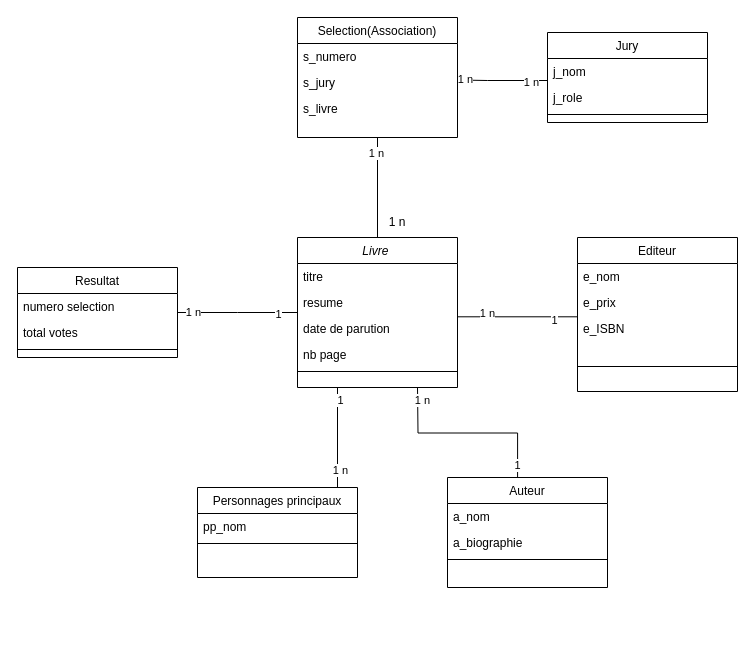
The draw.io diagram diagram_class_goncourt.drawio in tokysigogneau/goncourt, before the edit. Source tidied: cells renumbered, new cells numbered last; positions are measured from the earlier drawing's top-left corner, leaving out a move shared by most shapes. Both pictures are drawn from the tidied source at 100%, with x=0, y=0 at pixel (17, 17).
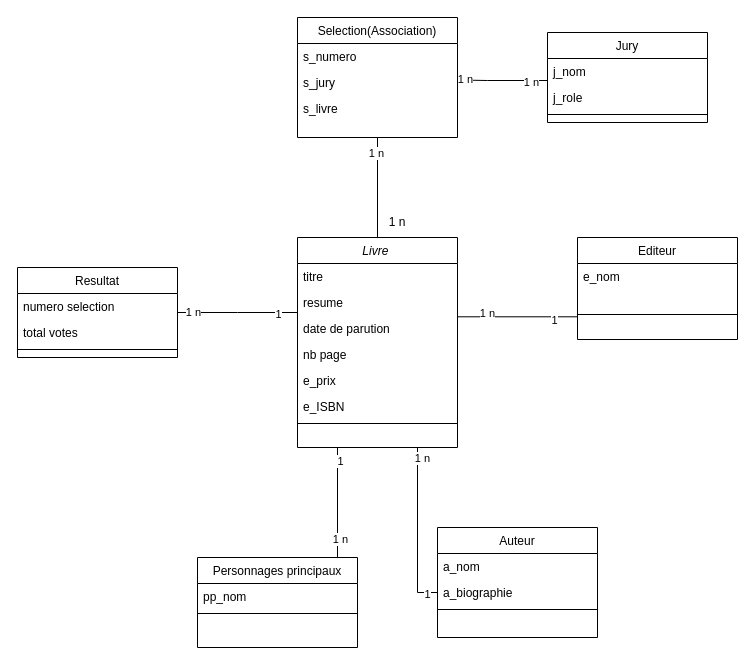
Above is the later version.

The change refers to these unchanged cells:
```xml
<mxCell id="13" value="a_biographie" style="text;align=left;verticalAlign=top;spacingLeft=4;spacingRight=4;overflow=hidden;points=[[0,0.5],[1,0.5]];portConstraint=eastwest;rounded=0;shadow=0;html=0;" parent="11" vertex="1">
  <mxGeometry y="52" width="160" height="26" as="geometry" />
</mxCell>
```

What changed in the source:
```diff
@@
     <mxCell id="2" value="Livre " style="swimlane;fontStyle=2;align=center;verticalAlign=top;horizontal=1;startSize=26;rounded=0;shadow=0;strokeWidth=1;" parent="1" vertex="1">
-      <mxGeometry x="280" y="220" width="160" height="150" as="geometry" />
+      <mxGeometry x="280" y="220" width="160" height="210" as="geometry" />
     </mxCell>
@@
+    <mxCell id="33" value="e_prix" style="text;align=left;verticalAlign=top;spacingLeft=4;spacingRight=4;overflow=hidden;rounded=0;shadow=0;html=0;" parent="2" vertex="1">
+      <mxGeometry y="130" width="160" height="26" as="geometry" />
+    </mxCell>
+    <mxCell id="34" value="e_ISBN" style="text;align=left;verticalAlign=top;spacingLeft=4;spacingRight=4;overflow=hidden;rounded=0;shadow=0;html=0;" parent="2" vertex="1">
+      <mxGeometry y="156" width="160" height="26" as="geometry" />
+    </mxCell>
     <mxCell id="7" style="line;html=1;strokeWidth=1;align=left;verticalAlign=middle;spacingTop=-1;spacingLeft=3;spacingRight=3;labelPosition=right;" parent="2" vertex="1">
-      <mxGeometry y="130" width="160" height="8" as="geometry" />
+      <mxGeometry y="182" width="160" height="8" as="geometry" />
     </mxCell>
-    <mxCell id="8" style="edgeStyle=orthogonalEdgeStyle;rounded=0;jettySize=auto;html=1;exitX=0.438;exitY=0;exitDx=0;exitDy=0;exitPerimeter=0;endArrow=none;endFill=0;" parent="1" edge="1" source="11">
+    <mxCell id="8" style="edgeStyle=orthogonalEdgeStyle;rounded=0;jettySize=auto;html=1;endArrow=none;endFill=0;" parent="1" edge="1" source="13">
       <mxGeometry relative="1" as="geometry">
-        <mxPoint x="400" y="370" as="targetPoint" />
+        <mxPoint x="400" y="430" as="targetPoint" />
       </mxGeometry>
     </mxCell>
@@
     <mxCell id="11" value="Auteur" style="swimlane;fontStyle=0;align=center;verticalAlign=top;horizontal=1;startSize=26;rounded=0;shadow=0;strokeWidth=1;" parent="1" vertex="1">
-      <mxGeometry x="430" y="460" width="160" height="110" as="geometry" />
+      <mxGeometry x="420" y="510" width="160" height="110" as="geometry" />
     </mxCell>
@@
     <mxCell id="15" style="edgeStyle=orthogonalEdgeStyle;rounded=0;jettySize=auto;html=1;exitX=0.875;exitY=0;exitDx=0;exitDy=0;exitPerimeter=0;endArrow=none;endFill=0;" parent="1" edge="1" source="18">
       <mxGeometry relative="1" as="geometry">
-        <mxPoint x="320" y="370" as="targetPoint" />
+        <mxPoint x="320" y="430" as="targetPoint" />
       </mxGeometry>
     </mxCell>
@@
     <mxCell id="18" value="Personnages principaux" style="swimlane;fontStyle=0;align=center;verticalAlign=top;horizontal=1;startSize=26;rounded=0;shadow=0;strokeWidth=1;" parent="1" vertex="1">
-      <mxGeometry x="180" y="470" width="160" height="90" as="geometry" />
+      <mxGeometry x="180" y="540" width="160" height="90" as="geometry" />
     </mxCell>
@@
     <mxCell id="31" value="Editeur" style="swimlane;fontStyle=0;align=center;verticalAlign=top;horizontal=1;startSize=26;rounded=0;shadow=0;strokeWidth=1;" parent="1" vertex="1">
-      <mxGeometry x="560" y="220" width="160" height="154" as="geometry" />
+      <mxGeometry x="560" y="220" width="160" height="102" as="geometry" />
     </mxCell>
@@
-    <mxCell id="33" value="e_prix" style="text;align=left;verticalAlign=top;spacingLeft=4;spacingRight=4;overflow=hidden;rounded=0;shadow=0;html=0;" parent="31" vertex="1">
-      <mxGeometry y="52" width="160" height="26" as="geometry" />
-    </mxCell>
-    <mxCell id="34" value="e_ISBN" style="text;align=left;verticalAlign=top;spacingLeft=4;spacingRight=4;overflow=hidden;rounded=0;shadow=0;html=0;" parent="31" vertex="1">
-      <mxGeometry y="78" width="160" height="26" as="geometry" />
-    </mxCell>
     <mxCell id="35" style="line;html=1;strokeWidth=1;align=left;verticalAlign=middle;spacingTop=-1;spacingLeft=3;spacingRight=3;labelPosition=right;" parent="31" vertex="1">
-      <mxGeometry y="104" width="160" height="50" as="geometry" />
+      <mxGeometry y="52" width="160" height="50" as="geometry" />
     </mxCell>
```
